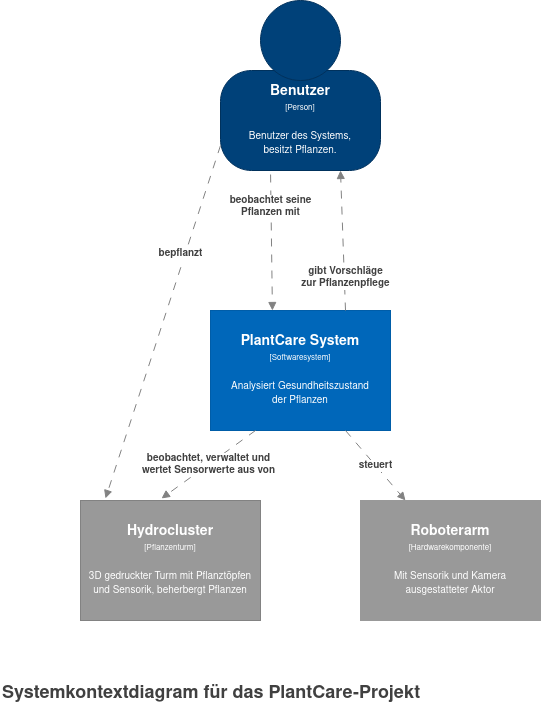
Feanya/pc-c4graphs keeps this draw.io diagram as c4.drawio.png. Above is the earlier version. Source tidied: cells renumbered, new cells last; positions are measured from the earlier drawing's top-left corner, leaving out a move shared by most shapes. The source it was exported from:
```xml
<mxGraphModel background="#ffffff">
  <root>
    <mxCell id="0" />
    <mxCell id="1" parent="0" />
    <object id="2" label="" instruction="edit data of the lower shape within the group" placeholders="1">
      <mxCell style="group;" parent="1" vertex="1">
        <mxGeometry x="220" width="160" height="170" as="geometry" />
      </mxCell>
    </object>
    <object id="3" label="&lt;div style=&quot;color: rgb(255 , 255 , 255) ; white-space: normal&quot;&gt;&lt;span style=&quot;font-size: 14px&quot;&gt;&lt;b&gt;Benutzer&lt;/b&gt;&lt;/span&gt;&lt;/div&gt;&lt;div style=&quot;color: rgb(255 , 255 , 255) ; white-space: normal&quot;&gt;&lt;font style=&quot;font-size: 8px&quot;&gt;[Person]&lt;/font&gt;&lt;/div&gt;&lt;div style=&quot;color: rgb(255 , 255 , 255) ; white-space: normal&quot;&gt;&lt;font style=&quot;font-size: 8px&quot;&gt;&lt;font size=&quot;1&quot;&gt;&lt;br&gt;&lt;/font&gt;&lt;/font&gt;&lt;/div&gt;&lt;div style=&quot;color: rgb(255 , 255 , 255) ; white-space: normal&quot;&gt;&lt;font style=&quot;font-size: 8px&quot;&gt;&lt;font size=&quot;1&quot;&gt;Benutzer des Systems, &lt;br&gt;&lt;/font&gt;&lt;/font&gt;&lt;/div&gt;&lt;div style=&quot;color: rgb(255 , 255 , 255) ; white-space: normal&quot;&gt;&lt;font style=&quot;font-size: 8px&quot;&gt;&lt;font size=&quot;1&quot;&gt;besitzt Pflanzen.&lt;br&gt;&lt;/font&gt;&lt;/font&gt;&lt;/div&gt;" description="Description" name="Actor Name" placeholders="1">
      <mxCell style="rounded=1;whiteSpace=wrap;html=1;strokeColor=#00315C;fillColor=#004179;fontColor=#000000;arcSize=31;" parent="2" vertex="1">
        <mxGeometry y="70" width="160" height="100" as="geometry" />
      </mxCell>
    </object>
    <mxCell id="4" style="ellipse;whiteSpace=wrap;html=1;strokeColor=#00315C;fillColor=#004179;fontColor=#000000;" parent="2" vertex="1">
      <mxGeometry x="40" width="80" height="80" as="geometry" />
    </mxCell>
    <object id="5" label="Systemkontextdiagram für das PlantCare-Projekt&lt;br style=&quot;font-size: 18px;&quot;&gt;" description="Description" name="Diagram Name" placeholders="1">
      <mxCell style="text;html=1;align=left;verticalAlign=top;spacingTop=-4;fontSize=18;fontColor=#404040;fontStyle=1;" parent="1" vertex="1">
        <mxGeometry y="680" width="430" height="20" as="geometry" />
      </mxCell>
    </object>
    <object id="6" label="&lt;div&gt;&lt;span style=&quot;font-size: 14px&quot;&gt;&lt;b&gt;Hydrocluster&lt;/b&gt;&lt;/span&gt;&lt;/div&gt;&lt;div&gt;&lt;span style=&quot;font-size: 8px&quot;&gt;[Pflanzenturm&lt;/span&gt;&lt;span style=&quot;font-size: 8px&quot;&gt;]&lt;/span&gt;&lt;/div&gt;&lt;div&gt;&lt;span style=&quot;font-size: 8px&quot;&gt;&lt;br&gt;&lt;/span&gt;&lt;/div&gt;&lt;div&gt;&lt;font size=&quot;1&quot;&gt;3D gedruckter Turm mit Pflanztöpfen und Sensorik, beherbergt Pflanzen&lt;br&gt;&lt;/font&gt;&lt;/div&gt;" description="Description of Software System" name="External System Name" placeholders="1">
      <mxCell style="rounded=0;whiteSpace=wrap;html=1;fontColor=#FFFFFF;strokeColor=#828282;fillColor=#999999;" parent="1" vertex="1">
        <mxGeometry x="80" y="500" width="180" height="120" as="geometry" />
      </mxCell>
    </object>
    <object id="7" label="&lt;div&gt;&lt;span style=&quot;font-size: 14px&quot;&gt;&lt;b&gt;PlantCare System&lt;br&gt;&lt;/b&gt;&lt;/span&gt;&lt;/div&gt;&lt;div&gt;&lt;span style=&quot;font-size: 8px&quot;&gt;[Softwaresystem]&lt;/span&gt;&lt;/div&gt;&lt;div&gt;&lt;span style=&quot;font-size: 8px&quot;&gt;&lt;br&gt;&lt;/span&gt;&lt;/div&gt;&lt;div&gt;&lt;font size=&quot;1&quot;&gt;Analysiert Gesundheitszustand &lt;br&gt;&lt;/font&gt;&lt;/div&gt;&lt;div&gt;&lt;font size=&quot;1&quot;&gt;der Pflanzen&lt;br&gt;&lt;/font&gt;&lt;/div&gt;" description="Description" name="Software System Name" placeholders="1">
      <mxCell style="rounded=0;whiteSpace=wrap;html=1;fontColor=#FFFFFF;strokeColor=#005DA8;fillColor=#0067BA;" parent="1" vertex="1">
        <mxGeometry x="210" y="310" width="180" height="120" as="geometry" />
      </mxCell>
    </object>
    <object id="8" label="&lt;div&gt;&lt;span style=&quot;font-size: 14px&quot;&gt;&lt;b&gt;Roboterarm&lt;/b&gt;&lt;/span&gt;&lt;/div&gt;&lt;div&gt;&lt;span style=&quot;font-size: 8px&quot;&gt;[Hardwarekomponente]&lt;/span&gt;&lt;/div&gt;&lt;div&gt;&lt;span style=&quot;font-size: 8px&quot;&gt;&lt;br&gt;&lt;/span&gt;&lt;/div&gt;&lt;div&gt;&lt;span style=&quot;font-size: 8px&quot;&gt;&lt;font size=&quot;1&quot;&gt;Mit Sensorik und Kamera&lt;/font&gt;&lt;/span&gt;&lt;/div&gt;&lt;div&gt;&lt;span style=&quot;font-size: 8px&quot;&gt;&lt;font size=&quot;1&quot;&gt;ausgestatteter Aktor&lt;/font&gt;&lt;br&gt;&lt;/span&gt;&lt;/div&gt;" description="Description" name="Software System Name" placeholders="1">
      <mxCell style="rounded=0;whiteSpace=wrap;html=1;fontColor=#FFFFFF;fillColor=#999999;strokeColor=#999999;" parent="1" vertex="1">
        <mxGeometry x="360" y="500" width="180" height="120" as="geometry" />
      </mxCell>
    </object>
    <object id="9" label="&lt;b&gt;steuert&lt;/b&gt;" name="Dependency Operation Name" placeholders="1" technology="JDBC">
      <mxCell style="endArrow=block;html=1;fontSize=10;fontColor=#404040;strokeWidth=1;endFill=1;dashed=1;dashPattern=8 8;strokeColor=#828282;elbow=vertical;exitX=0.75;exitY=1;exitDx=0;exitDy=0;entryX=0.25;entryY=0;entryDx=0;entryDy=0;" parent="1" edge="1" source="7" target="8">
        <mxGeometry relative="1" as="geometry" />
      </mxCell>
    </object>
    <object id="10" label="&lt;b&gt;beobachtet, verwaltet und &lt;br&gt;wertet Sensorwerte aus von&lt;br&gt;&lt;/b&gt;" name="Dependency Operation Name" placeholders="1" technology="JDBC">
      <mxCell style="endArrow=block;html=1;fontSize=10;fontColor=#404040;strokeWidth=1;endFill=1;dashed=1;dashPattern=8 8;strokeColor=#828282;elbow=vertical;exitX=0.25;exitY=1;exitDx=0;exitDy=0;entryX=0.45;entryY=-0.017;entryDx=0;entryDy=0;entryPerimeter=0;" parent="1" edge="1" source="7" target="6">
        <mxGeometry relative="1" as="geometry" />
      </mxCell>
    </object>
    <object id="11" label="&lt;b&gt;gibt Vorschläge &lt;br&gt;zur Pflanzenpflege&lt;br&gt;&lt;/b&gt;" name="Dependency Operation Name" placeholders="1" technology="JDBC">
      <mxCell style="endArrow=block;html=1;fontSize=10;fontColor=#404040;strokeWidth=1;endFill=1;dashed=1;dashPattern=8 8;strokeColor=#828282;elbow=vertical;exitX=0.75;exitY=0;exitDx=0;exitDy=0;entryX=0.75;entryY=1;entryDx=0;entryDy=0;" parent="1" edge="1" source="7" target="3">
        <mxGeometry x="-0.53" y="-1" relative="1" as="geometry" />
      </mxCell>
    </object>
    <object id="12" label="&lt;b&gt;beobachtet seine &lt;br&gt;Pflanzen mit&lt;br&gt;&lt;/b&gt;" name="Dependency Operation Name" placeholders="1" technology="JDBC">
      <mxCell style="endArrow=block;html=1;fontSize=10;fontColor=#404040;strokeWidth=1;endFill=1;dashed=1;dashPattern=8 8;strokeColor=#828282;elbow=vertical;exitX=0.313;exitY=1.04;exitDx=0;exitDy=0;entryX=0.344;entryY=0;entryDx=0;entryDy=0;exitPerimeter=0;entryPerimeter=0;" parent="1" edge="1" source="3" target="7">
        <mxGeometry x="-0.53" y="-1" relative="1" as="geometry" />
      </mxCell>
    </object>
    <object id="13" label="&lt;b&gt;bepflanzt&lt;/b&gt;" name="Dependency Operation Name" placeholders="1" technology="JDBC">
      <mxCell style="endArrow=block;html=1;fontSize=10;fontColor=#404040;strokeWidth=1;endFill=1;dashed=1;dashPattern=8 8;strokeColor=#828282;elbow=vertical;exitX=0;exitY=0.75;exitDx=0;exitDy=0;entryX=0.139;entryY=-0.017;entryDx=0;entryDy=0;entryPerimeter=0;" parent="1" edge="1" source="3" target="6">
        <mxGeometry x="-0.38" y="-5" relative="1" as="geometry" />
      </mxCell>
    </object>
  </root>
</mxGraphModel>
```
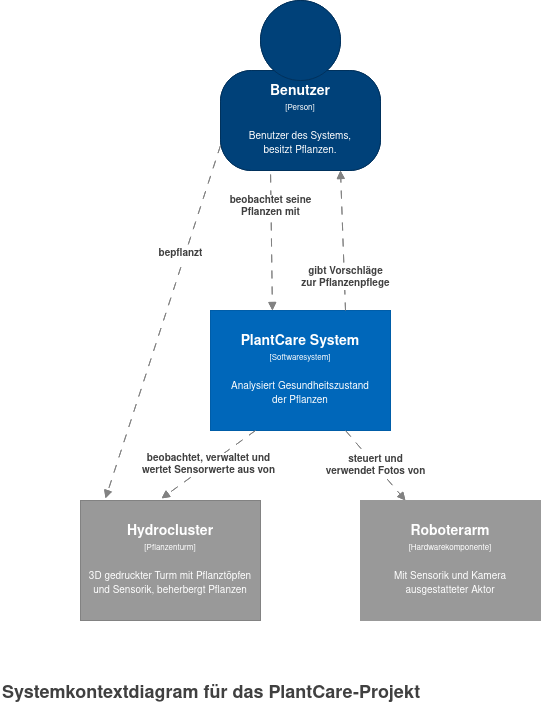
Later version of the same file.

The edit, as a diff of the source:
```diff
@@ -60,5 +60,58 @@
         <mxGeometry x="-0.38" y="-5" relative="1" as="geometry" />
       </mxCell>
     </object>
+    <object id="14" label="" instruction="edit data of the lower shape within the group" placeholders="1">
+      <mxCell style="group;" parent="1" vertex="1">
+        <mxGeometry x="220" width="160" height="170" as="geometry" />
+      </mxCell>
+    </object>
+    <object id="15" label="&lt;div style=&quot;color: rgb(255 , 255 , 255) ; white-space: normal&quot;&gt;&lt;span style=&quot;font-size: 14px&quot;&gt;&lt;b&gt;Benutzer&lt;/b&gt;&lt;/span&gt;&lt;/div&gt;&lt;div style=&quot;color: rgb(255 , 255 , 255) ; white-space: normal&quot;&gt;&lt;font style=&quot;font-size: 8px&quot;&gt;[Person]&lt;/font&gt;&lt;/div&gt;&lt;div style=&quot;color: rgb(255 , 255 , 255) ; white-space: normal&quot;&gt;&lt;font style=&quot;font-size: 8px&quot;&gt;&lt;font size=&quot;1&quot;&gt;&lt;br&gt;&lt;/font&gt;&lt;/font&gt;&lt;/div&gt;&lt;div style=&quot;color: rgb(255 , 255 , 255) ; white-space: normal&quot;&gt;&lt;font style=&quot;font-size: 8px&quot;&gt;&lt;font size=&quot;1&quot;&gt;Benutzer des Systems, &lt;br&gt;&lt;/font&gt;&lt;/font&gt;&lt;/div&gt;&lt;div style=&quot;color: rgb(255 , 255 , 255) ; white-space: normal&quot;&gt;&lt;font style=&quot;font-size: 8px&quot;&gt;&lt;font size=&quot;1&quot;&gt;besitzt Pflanzen.&lt;br&gt;&lt;/font&gt;&lt;/font&gt;&lt;/div&gt;" description="Description" name="Actor Name" placeholders="1">
+      <mxCell style="rounded=1;whiteSpace=wrap;html=1;strokeColor=#00315C;fillColor=#004179;fontColor=#000000;arcSize=31;" parent="14" vertex="1">
+        <mxGeometry y="70" width="160" height="100" as="geometry" />
+      </mxCell>
+    </object>
+    <mxCell id="16" style="ellipse;whiteSpace=wrap;html=1;strokeColor=#00315C;fillColor=#004179;fontColor=#000000;" parent="14" vertex="1">
+      <mxGeometry x="40" width="80" height="80" as="geometry" />
+    </mxCell>
+    <object id="17" label="&lt;div&gt;&lt;span style=&quot;font-size: 14px&quot;&gt;&lt;b&gt;Hydrocluster&lt;/b&gt;&lt;/span&gt;&lt;/div&gt;&lt;div&gt;&lt;span style=&quot;font-size: 8px&quot;&gt;[Pflanzenturm&lt;/span&gt;&lt;span style=&quot;font-size: 8px&quot;&gt;]&lt;/span&gt;&lt;/div&gt;&lt;div&gt;&lt;span style=&quot;font-size: 8px&quot;&gt;&lt;br&gt;&lt;/span&gt;&lt;/div&gt;&lt;div&gt;&lt;font size=&quot;1&quot;&gt;3D gedruckter Turm mit Pflanztöpfen und Sensorik, beherbergt Pflanzen&lt;br&gt;&lt;/font&gt;&lt;/div&gt;" description="Description of Software System" name="External System Name" placeholders="1">
+      <mxCell style="rounded=0;whiteSpace=wrap;html=1;fontColor=#FFFFFF;strokeColor=#828282;fillColor=#999999;" parent="1" vertex="1">
+        <mxGeometry x="80" y="500" width="180" height="120" as="geometry" />
+      </mxCell>
+    </object>
+    <object id="18" label="&lt;div&gt;&lt;span style=&quot;font-size: 14px&quot;&gt;&lt;b&gt;PlantCare System&lt;br&gt;&lt;/b&gt;&lt;/span&gt;&lt;/div&gt;&lt;div&gt;&lt;span style=&quot;font-size: 8px&quot;&gt;[Softwaresystem]&lt;/span&gt;&lt;/div&gt;&lt;div&gt;&lt;span style=&quot;font-size: 8px&quot;&gt;&lt;br&gt;&lt;/span&gt;&lt;/div&gt;&lt;div&gt;&lt;font size=&quot;1&quot;&gt;Analysiert Gesundheitszustand &lt;br&gt;&lt;/font&gt;&lt;/div&gt;&lt;div&gt;&lt;font size=&quot;1&quot;&gt;der Pflanzen&lt;br&gt;&lt;/font&gt;&lt;/div&gt;" description="Description" name="Software System Name" placeholders="1">
+      <mxCell style="rounded=0;whiteSpace=wrap;html=1;fontColor=#FFFFFF;strokeColor=#005DA8;fillColor=#0067BA;" parent="1" vertex="1">
+        <mxGeometry x="210" y="310" width="180" height="120" as="geometry" />
+      </mxCell>
+    </object>
+    <object id="19" label="&lt;div&gt;&lt;span style=&quot;font-size: 14px&quot;&gt;&lt;b&gt;Roboterarm&lt;/b&gt;&lt;/span&gt;&lt;/div&gt;&lt;div&gt;&lt;span style=&quot;font-size: 8px&quot;&gt;[Hardwarekomponente]&lt;/span&gt;&lt;/div&gt;&lt;div&gt;&lt;span style=&quot;font-size: 8px&quot;&gt;&lt;br&gt;&lt;/span&gt;&lt;/div&gt;&lt;div&gt;&lt;span style=&quot;font-size: 8px&quot;&gt;&lt;font size=&quot;1&quot;&gt;Mit Sensorik und Kamera&lt;/font&gt;&lt;/span&gt;&lt;/div&gt;&lt;div&gt;&lt;span style=&quot;font-size: 8px&quot;&gt;&lt;font size=&quot;1&quot;&gt;ausgestatteter Aktor&lt;/font&gt;&lt;br&gt;&lt;/span&gt;&lt;/div&gt;" description="Description" name="Software System Name" placeholders="1">
+      <mxCell style="rounded=0;whiteSpace=wrap;html=1;fontColor=#FFFFFF;fillColor=#999999;strokeColor=#999999;" parent="1" vertex="1">
+        <mxGeometry x="360" y="500" width="180" height="120" as="geometry" />
+      </mxCell>
+    </object>
+    <object id="20" label="&lt;b&gt;steuert und &lt;br&gt;verwendet Fotos von&lt;br&gt;&lt;/b&gt;" name="Dependency Operation Name" placeholders="1" technology="JDBC">
+      <mxCell style="endArrow=block;html=1;fontSize=10;fontColor=#404040;strokeWidth=1;endFill=1;dashed=1;dashPattern=8 8;strokeColor=#828282;elbow=vertical;exitX=0.75;exitY=1;exitDx=0;exitDy=0;entryX=0.25;entryY=0;entryDx=0;entryDy=0;" parent="1" edge="1" source="18" target="19">
+        <mxGeometry relative="1" as="geometry" />
+      </mxCell>
+    </object>
+    <object id="21" label="&lt;b&gt;beobachtet, verwaltet und &lt;br&gt;wertet Sensorwerte aus von&lt;br&gt;&lt;/b&gt;" name="Dependency Operation Name" placeholders="1" technology="JDBC">
+      <mxCell style="endArrow=block;html=1;fontSize=10;fontColor=#404040;strokeWidth=1;endFill=1;dashed=1;dashPattern=8 8;strokeColor=#828282;elbow=vertical;exitX=0.25;exitY=1;exitDx=0;exitDy=0;entryX=0.45;entryY=-0.017;entryDx=0;entryDy=0;entryPerimeter=0;" parent="1" edge="1" source="18" target="17">
+        <mxGeometry relative="1" as="geometry" />
+      </mxCell>
+    </object>
+    <object id="22" label="&lt;b&gt;gibt Vorschläge &lt;br&gt;zur Pflanzenpflege&lt;br&gt;&lt;/b&gt;" name="Dependency Operation Name" placeholders="1" technology="JDBC">
+      <mxCell style="endArrow=block;html=1;fontSize=10;fontColor=#404040;strokeWidth=1;endFill=1;dashed=1;dashPattern=8 8;strokeColor=#828282;elbow=vertical;exitX=0.75;exitY=0;exitDx=0;exitDy=0;entryX=0.75;entryY=1;entryDx=0;entryDy=0;" parent="1" edge="1" source="18" target="15">
+        <mxGeometry x="-0.53" y="-1" relative="1" as="geometry" />
+      </mxCell>
+    </object>
+    <object id="23" label="&lt;b&gt;beobachtet seine &lt;br&gt;Pflanzen mit&lt;br&gt;&lt;/b&gt;" name="Dependency Operation Name" placeholders="1" technology="JDBC">
+      <mxCell style="endArrow=block;html=1;fontSize=10;fontColor=#404040;strokeWidth=1;endFill=1;dashed=1;dashPattern=8 8;strokeColor=#828282;elbow=vertical;exitX=0.313;exitY=1.04;exitDx=0;exitDy=0;entryX=0.344;entryY=0;entryDx=0;entryDy=0;exitPerimeter=0;entryPerimeter=0;" parent="1" edge="1" source="15" target="18">
+        <mxGeometry x="-0.53" y="-1" relative="1" as="geometry" />
+      </mxCell>
+    </object>
+    <object id="24" label="&lt;b&gt;bepflanzt&lt;/b&gt;" name="Dependency Operation Name" placeholders="1" technology="JDBC">
+      <mxCell style="endArrow=block;html=1;fontSize=10;fontColor=#404040;strokeWidth=1;endFill=1;dashed=1;dashPattern=8 8;strokeColor=#828282;elbow=vertical;exitX=0;exitY=0.75;exitDx=0;exitDy=0;entryX=0.139;entryY=-0.017;entryDx=0;entryDy=0;entryPerimeter=0;" parent="1" edge="1" source="15" target="17">
+        <mxGeometry x="-0.38" y="-5" relative="1" as="geometry" />
+      </mxCell>
+    </object>
   </root>
 </mxGraphModel>
```
